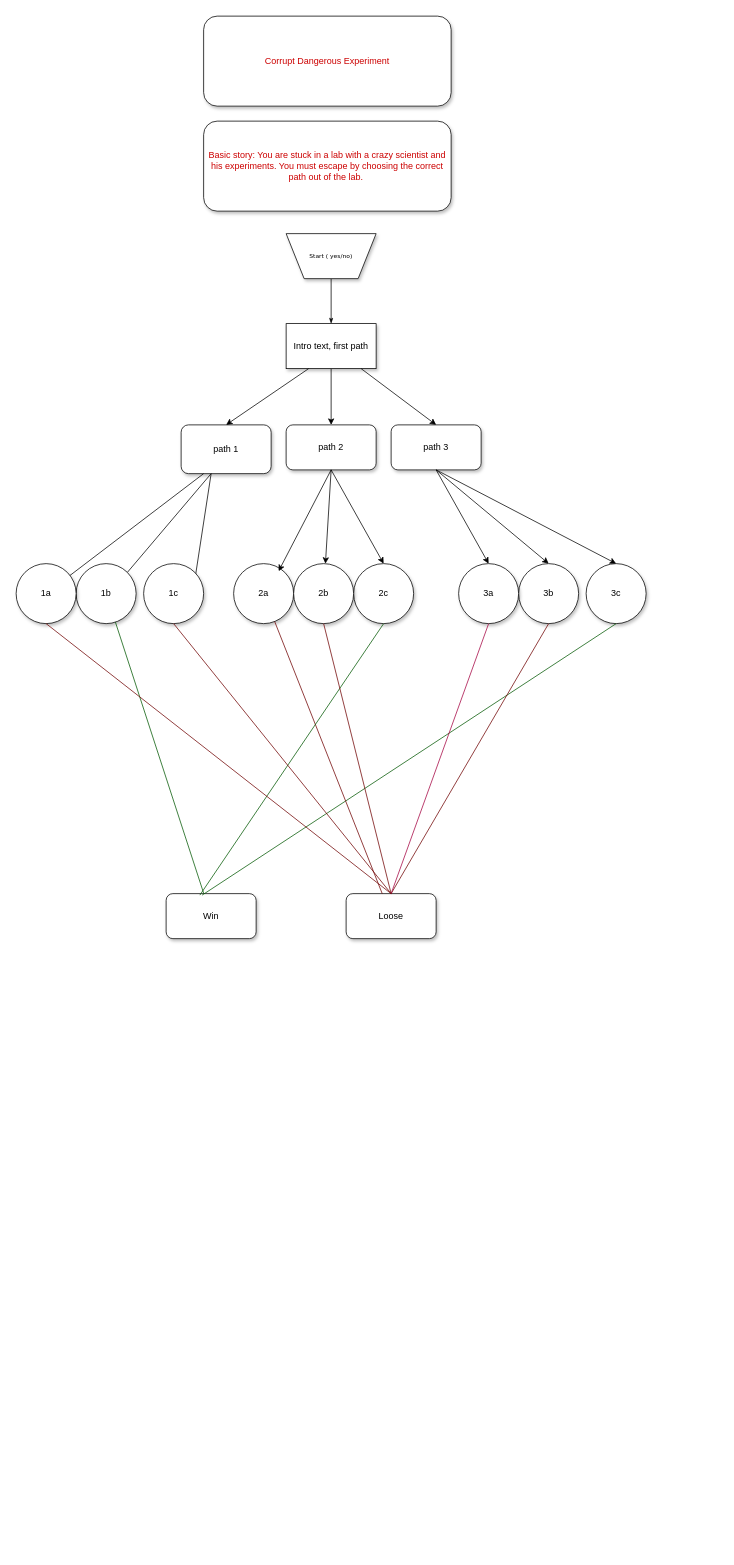
Before: TextAdventure.drawio in andromedamoon-stack/diagrams, a draw.io diagram. Source tidied: cells renumbered, new cells numbered last; positions are measured from the earlier drawing's top-left corner, leaving out a move shared by most shapes. Both pictures are drawn from the tidied source at 75%, with x=0, y=0 at pixel (16, 16).
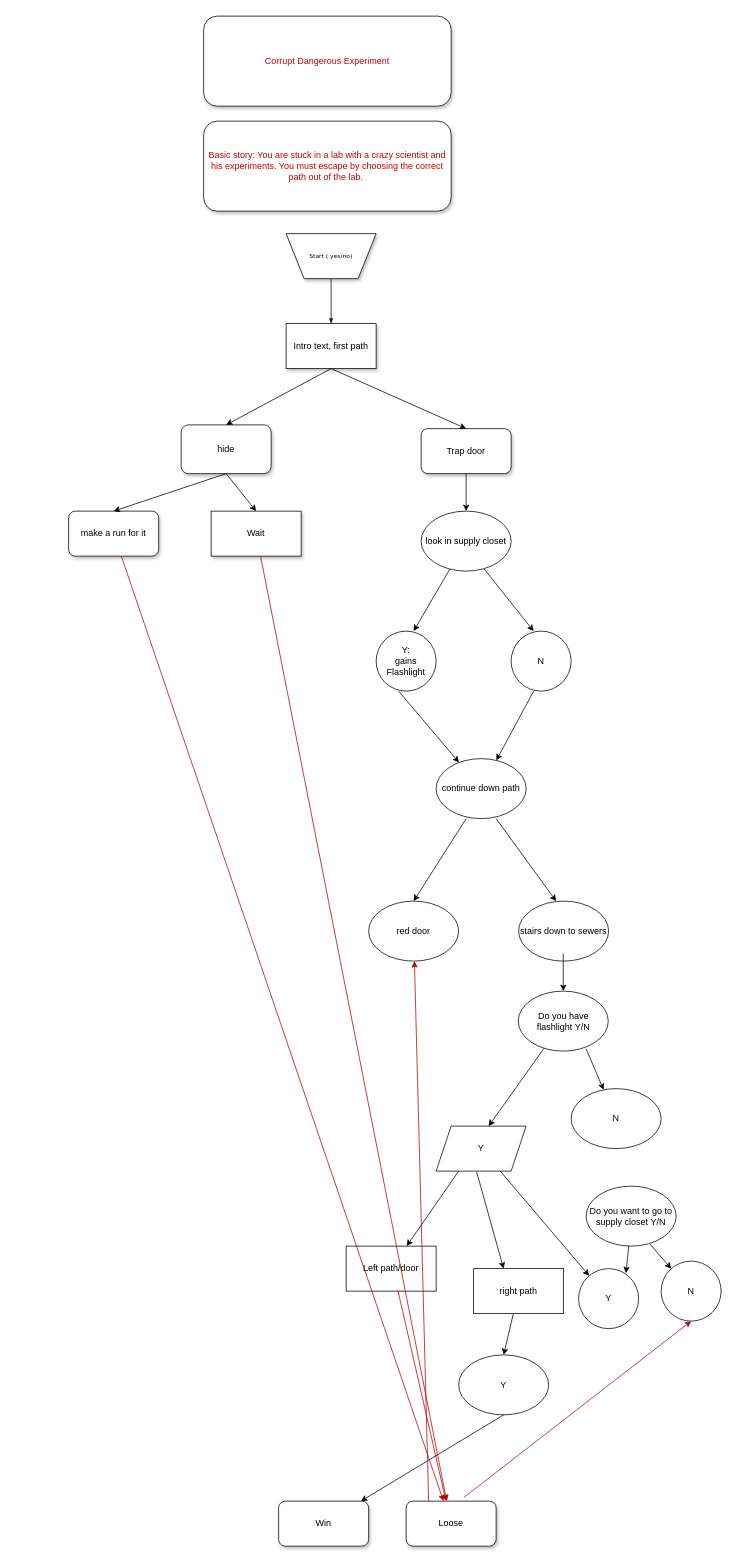
The same diagram, later.

Unchanged cells that the change refers to:
```xml
<mxCell id="5" value="Intro text, first path" style="rounded=0;whiteSpace=wrap;html=1;shadow=1;" parent="1" vertex="1">
  <mxGeometry x="360" y="410" width="120" height="60" as="geometry" />
</mxCell>
```

What changed in the source:
```diff
@@
-    <mxCell id="4" style="edgeStyle=orthogonalEdgeStyle;rounded=0;jettySize=auto;html=1;exitX=0.5;exitY=1;exitDx=0;exitDy=0;" parent="1" edge="1" source="5" target="8">
-      <mxGeometry relative="1" as="geometry" />
-    </mxCell>
@@
-    <mxCell id="6" style="endArrow=classic;html=1;rounded=0;entryX=0.5;entryY=0;entryDx=0;entryDy=0;" parent="1" edge="1" target="9">
-      <mxGeometry relative="1" as="geometry">
-        <mxPoint x="390" y="470" as="sourcePoint" />
-      </mxGeometry>
+    <mxCell id="6" style="endArrow=classic;html=1;rounded=0;entryX=0.5;entryY=0;entryDx=0;entryDy=0;exitX=0.5;exitY=1;exitDx=0;exitDy=0;" parent="1" edge="1" source="5" target="9">
+      <mxGeometry relative="1" as="geometry" />
     </mxCell>
-    <mxCell id="7" style="endArrow=classic;html=1;rounded=0;entryX=0.5;entryY=0;entryDx=0;entryDy=0;" parent="1" edge="1" target="10">
-      <mxGeometry relative="1" as="geometry">
-        <mxPoint x="460" y="470" as="sourcePoint" />
-      </mxGeometry>
-    </mxCell>
-    <mxCell id="8" value="path 2" style="rounded=1;whiteSpace=wrap;html=1;shadow=1;" parent="1" vertex="1">
-      <mxGeometry x="360" y="545" width="120" height="60" as="geometry" />
+    <mxCell id="8" value="Trap door" style="rounded=1;whiteSpace=wrap;html=1;shadow=1;" parent="1" vertex="1">
+      <mxGeometry x="540" y="550" width="120" height="60" as="geometry" />
     </mxCell>
-    <mxCell id="9" value="path 1" style="rounded=1;whiteSpace=wrap;html=1;shadow=1;" parent="1" vertex="1">
+    <mxCell id="9" value="hide" style="rounded=1;whiteSpace=wrap;html=1;shadow=1;" parent="1" vertex="1">
       <mxGeometry x="220" y="545" width="120" height="65" as="geometry" />
     </mxCell>
-    <mxCell id="10" value="path 3" style="rounded=1;whiteSpace=wrap;html=1;shadow=1;" parent="1" vertex="1">
-      <mxGeometry x="500" y="545" width="120" height="60" as="geometry" />
-    </mxCell>
-    <mxCell id="11" style="endArrow=classic;html=1;rounded=0;exitX=1;exitY=0;exitDx=0;exitDy=0;" parent="1" edge="1" source="13">
-      <mxGeometry relative="1" as="geometry">
-        <mxPoint x="237" y="760" as="targetPoint" />
-        <Array as="points">
-          <mxPoint x="260" y="610" />
-        </Array>
-      </mxGeometry>
-    </mxCell>
-    <mxCell id="12" value="1c" style="ellipse;whiteSpace=wrap;html=1;shadow=1;" parent="1" vertex="1">
-      <mxGeometry x="170" y="730" width="80" height="80" as="geometry" />
-    </mxCell>
-    <mxCell id="13" value="1b" style="ellipse;whiteSpace=wrap;html=1;shadow=1;" parent="1" vertex="1">
-      <mxGeometry x="80" y="730" width="80" height="80" as="geometry" />
-    </mxCell>
-    <mxCell id="14" value="1a" style="ellipse;whiteSpace=wrap;html=1;shadow=1;" parent="1" vertex="1">
-      <mxGeometry y="730" width="80" height="80" as="geometry" />
-    </mxCell>
-    <mxCell id="15" style="endArrow=none;html=1;rounded=0;exitX=0.25;exitY=1;exitDx=0;exitDy=0;" parent="1" edge="1" source="9" target="14">
-      <mxGeometry relative="1" as="geometry" />
-    </mxCell>
-    <mxCell id="16" value="2a" style="ellipse;whiteSpace=wrap;html=1;shadow=1;" parent="1" vertex="1">
-      <mxGeometry x="290" y="730" width="80" height="80" as="geometry" />
-    </mxCell>
-    <mxCell id="17" value="2c" style="ellipse;whiteSpace=wrap;html=1;shadow=1;" parent="1" vertex="1">
-      <mxGeometry x="450" y="730" width="80" height="80" as="geometry" />
-    </mxCell>
-    <mxCell id="18" value="2b" style="ellipse;whiteSpace=wrap;html=1;shadow=1;" parent="1" vertex="1">
-      <mxGeometry x="370" y="730" width="80" height="80" as="geometry" />
-    </mxCell>
-    <mxCell id="19" style="endArrow=classic;html=1;rounded=0;exitX=0.5;exitY=1;exitDx=0;exitDy=0;" parent="1" edge="1" source="8">
-      <mxGeometry relative="1" as="geometry">
-        <mxPoint x="350" y="740" as="targetPoint" />
-      </mxGeometry>
-    </mxCell>
-    <mxCell id="20" style="endArrow=classic;html=1;rounded=0;exitX=0.5;exitY=1;exitDx=0;exitDy=0;" parent="1" edge="1" source="8" target="18">
-      <mxGeometry relative="1" as="geometry" />
-    </mxCell>
-    <mxCell id="21" style="endArrow=classic;html=1;rounded=0;entryX=0.5;entryY=0;entryDx=0;entryDy=0;exitX=0.5;exitY=1;exitDx=0;exitDy=0;" parent="1" edge="1" source="8" target="17">
-      <mxGeometry relative="1" as="geometry" />
-    </mxCell>
-    <mxCell id="22" value="3c" style="ellipse;whiteSpace=wrap;html=1;shadow=1;" parent="1" vertex="1">
-      <mxGeometry x="760" y="730" width="80" height="80" as="geometry" />
-    </mxCell>
-    <mxCell id="23" value="3b" style="ellipse;whiteSpace=wrap;html=1;shadow=1;" parent="1" vertex="1">
-      <mxGeometry x="670" y="730" width="80" height="80" as="geometry" />
-    </mxCell>
-    <mxCell id="24" value="3a" style="ellipse;whiteSpace=wrap;html=1;shadow=1;" parent="1" vertex="1">
-      <mxGeometry x="590" y="730" width="80" height="80" as="geometry" />
-    </mxCell>
-    <mxCell id="25" style="endArrow=classic;html=1;rounded=0;entryX=0.5;entryY=0;entryDx=0;entryDy=0;exitX=0.5;exitY=1;exitDx=0;exitDy=0;" parent="1" edge="1" source="10" target="24">
-      <mxGeometry relative="1" as="geometry" />
-    </mxCell>
-    <mxCell id="26" style="endArrow=classic;html=1;rounded=0;entryX=0.5;entryY=0;entryDx=0;entryDy=0;exitX=0.5;exitY=1;exitDx=0;exitDy=0;" parent="1" edge="1" source="10" target="23">
-      <mxGeometry relative="1" as="geometry" />
-    </mxCell>
-    <mxCell id="27" style="endArrow=classic;html=1;rounded=0;entryX=0.5;entryY=0;entryDx=0;entryDy=0;exitX=0.5;exitY=1;exitDx=0;exitDy=0;" parent="1" edge="1" source="10" target="22">
-      <mxGeometry relative="1" as="geometry" />
-    </mxCell>
     <mxCell id="28" value="Loose" style="rounded=1;whiteSpace=wrap;html=1;shadow=1;" parent="1" vertex="1">
-      <mxGeometry x="440" y="1170" width="120" height="60" as="geometry" />
+      <mxGeometry x="520" y="1980" width="120" height="60" as="geometry" />
     </mxCell>
     <mxCell id="29" value="Win" style="rounded=1;whiteSpace=wrap;html=1;shadow=1;" parent="1" vertex="1">
-      <mxGeometry x="200" y="1170" width="120" height="60" as="geometry" />
+      <mxGeometry x="350" y="1980" width="120" height="60" as="geometry" />
     </mxCell>
-    <mxCell id="30" style="endArrow=none;html=1;rounded=0;entryX=0.5;entryY=1;entryDx=0;entryDy=0;fillColor=#008a00;strokeColor=#005700;exitX=0.4;exitY=0.033;exitDx=0;exitDy=0;exitPerimeter=0;" parent="1" edge="1" source="29" target="22">
-      <mxGeometry relative="1" as="geometry" />
-    </mxCell>
-    <mxCell id="31" style="endArrow=none;html=1;rounded=0;fillColor=#a20025;strokeColor=#6F0000;" parent="1" edge="1" source="28" target="16">
-      <mxGeometry relative="1" as="geometry" />
-    </mxCell>
-    <mxCell id="32" style="endArrow=none;html=1;rounded=0;fontColor=#CC0000;fillColor=#008a00;strokeColor=#005700;entryX=0.375;entryY=0.033;entryDx=0;entryDy=0;entryPerimeter=0;exitX=0.5;exitY=1;exitDx=0;exitDy=0;" parent="1" edge="1" source="17" target="29">
-      <mxGeometry relative="1" as="geometry" />
-    </mxCell>
-    <mxCell id="33" style="endArrow=none;html=1;rounded=0;exitX=0.5;exitY=0;exitDx=0;exitDy=0;fillColor=#a20025;strokeColor=#6F0000;" parent="1" edge="1" source="28">
-      <mxGeometry relative="1" as="geometry">
-        <mxPoint x="410" y="810" as="targetPoint" />
-      </mxGeometry>
-    </mxCell>
-    <mxCell id="34" style="endArrow=none;html=1;rounded=0;fontColor=#CC0000;entryX=0.5;entryY=1;entryDx=0;entryDy=0;fillColor=#a20025;strokeColor=#6F0000;" parent="1" edge="1" target="23">
-      <mxGeometry relative="1" as="geometry">
-        <mxPoint x="500" y="1170" as="sourcePoint" />
-      </mxGeometry>
-    </mxCell>
-    <mxCell id="35" style="endArrow=none;html=1;rounded=0;fontColor=#CC0000;entryX=0.5;entryY=1;entryDx=0;entryDy=0;fillColor=#d80073;strokeColor=#A50040;exitX=0.5;exitY=0;exitDx=0;exitDy=0;" parent="1" edge="1" source="28" target="24">
-      <mxGeometry relative="1" as="geometry" />
-    </mxCell>
-    <mxCell id="36" style="endArrow=none;html=1;rounded=0;fontColor=#CC0000;entryX=0.5;entryY=1;entryDx=0;entryDy=0;fillColor=#a20025;strokeColor=#6F0000;exitX=0.5;exitY=0;exitDx=0;exitDy=0;" parent="1" edge="1" source="28" target="12">
-      <mxGeometry relative="1" as="geometry" />
-    </mxCell>
-    <mxCell id="37" style="endArrow=none;html=1;rounded=0;fontColor=#CC0000;fillColor=#008a00;strokeColor=#005700;" parent="1" edge="1" source="29" target="13">
-      <mxGeometry relative="1" as="geometry" />
-    </mxCell>
-    <mxCell id="38" style="endArrow=none;html=1;rounded=0;fontColor=#CC0000;fillColor=#a20025;strokeColor=#6F0000;exitX=0.5;exitY=0;exitDx=0;exitDy=0;entryX=0.5;entryY=1;entryDx=0;entryDy=0;" parent="1" edge="1" source="28" target="14">
-      <mxGeometry relative="1" as="geometry" />
-    </mxCell>
@@
+    <mxCell id="4" style="endArrow=classic;html=1;rounded=0;entryX=0.5;entryY=0;entryDx=0;entryDy=0;exitX=0.5;exitY=1;exitDx=0;exitDy=0;" parent="1" edge="1" source="5" target="8">
+      <mxGeometry relative="1" as="geometry" />
+    </mxCell>
+    <mxCell id="41" value="look in supply closet" style="ellipse;whiteSpace=wrap;html=1;" parent="1" vertex="1">
+      <mxGeometry x="540" y="660" width="120" height="80" as="geometry" />
+    </mxCell>
+    <mxCell id="42" style="endArrow=classic;html=1;rounded=0;" parent="1" edge="1" source="41">
+      <mxGeometry relative="1" as="geometry">
+        <mxPoint x="530" y="820" as="targetPoint" />
+      </mxGeometry>
+    </mxCell>
+    <mxCell id="43" style="endArrow=classic;html=1;rounded=0;exitX=0.7;exitY=0.963;exitDx=0;exitDy=0;exitPerimeter=0;" parent="1" edge="1" source="41">
+      <mxGeometry relative="1" as="geometry">
+        <mxPoint x="690" y="820" as="targetPoint" />
+      </mxGeometry>
+    </mxCell>
+    <mxCell id="44" value="N" style="ellipse;whiteSpace=wrap;html=1;" parent="1" vertex="1">
+      <mxGeometry x="660" y="820" width="80" height="80" as="geometry" />
+    </mxCell>
+    <mxCell id="45" value="Y:&lt;br&gt;gains Flashlight" style="ellipse;whiteSpace=wrap;html=1;" parent="1" vertex="1">
+      <mxGeometry x="480" y="820" width="80" height="80" as="geometry" />
+    </mxCell>
+    <mxCell id="46" style="endArrow=classic;html=1;rounded=0;" parent="1" edge="1" target="48">
+      <mxGeometry relative="1" as="geometry">
+        <mxPoint x="690" y="900" as="sourcePoint" />
+      </mxGeometry>
+    </mxCell>
+    <mxCell id="47" style="endArrow=classic;html=1;rounded=0;" parent="1" edge="1" target="48">
+      <mxGeometry relative="1" as="geometry">
+        <mxPoint x="510" y="900" as="sourcePoint" />
+      </mxGeometry>
+    </mxCell>
+    <mxCell id="48" value="continue down path" style="ellipse;whiteSpace=wrap;html=1;" parent="1" vertex="1">
+      <mxGeometry x="560" y="990" width="120" height="80" as="geometry" />
+    </mxCell>
+    <mxCell id="49" style="endArrow=classic;html=1;rounded=0;" parent="1" edge="1">
+      <mxGeometry relative="1" as="geometry">
+        <mxPoint x="600" y="1070" as="sourcePoint" />
+        <mxPoint x="530" y="1180" as="targetPoint" />
+      </mxGeometry>
+    </mxCell>
+    <mxCell id="50" style="endArrow=classic;html=1;rounded=0;" parent="1" edge="1">
+      <mxGeometry relative="1" as="geometry">
+        <mxPoint x="640" y="1070" as="sourcePoint" />
+        <mxPoint x="720" y="1180" as="targetPoint" />
+      </mxGeometry>
+    </mxCell>
+    <mxCell id="51" value="red door" style="ellipse;whiteSpace=wrap;html=1;" parent="1" vertex="1">
+      <mxGeometry x="470" y="1180" width="120" height="80" as="geometry" />
+    </mxCell>
+    <mxCell id="52" value="stairs down to sewers" style="ellipse;whiteSpace=wrap;html=1;" parent="1" vertex="1">
+      <mxGeometry x="670" y="1180" width="120" height="80" as="geometry" />
+    </mxCell>
+    <mxCell id="53" style="endArrow=classic;html=1;rounded=0;" parent="1" edge="1" target="54">
+      <mxGeometry relative="1" as="geometry">
+        <mxPoint x="729.5" y="1250" as="sourcePoint" />
+        <Array as="points">
+          <mxPoint x="729.5" y="1300" />
+        </Array>
+      </mxGeometry>
+    </mxCell>
+    <mxCell id="54" value="Do you have flashlight Y/N" style="ellipse;whiteSpace=wrap;html=1;" parent="1" vertex="1">
+      <mxGeometry x="669.5" y="1300" width="120" height="80" as="geometry" />
+    </mxCell>
+    <mxCell id="55" style="endArrow=classic;html=1;rounded=0;" parent="1" edge="1" source="54">
+      <mxGeometry relative="1" as="geometry">
+        <mxPoint x="630" y="1480" as="targetPoint" />
+      </mxGeometry>
+    </mxCell>
+    <mxCell id="56" style="endArrow=classic;html=1;rounded=0;exitX=0.754;exitY=0.963;exitDx=0;exitDy=0;exitPerimeter=0;" parent="1" edge="1" source="54" target="57">
+      <mxGeometry relative="1" as="geometry" />
+    </mxCell>
+    <mxCell id="57" value="N" style="ellipse;whiteSpace=wrap;html=1;" parent="1" vertex="1">
+      <mxGeometry x="740" y="1430" width="120" height="80" as="geometry" />
+    </mxCell>
+    <mxCell id="58" value="Y" style="shape=parallelogram;perimeter=parallelogramPerimeter;whiteSpace=wrap;html=1;fixedSize=1;" parent="1" vertex="1">
+      <mxGeometry x="560" y="1480" width="120" height="60" as="geometry" />
+    </mxCell>
+    <mxCell id="59" style="endArrow=classic;html=1;rounded=0;exitX=0.45;exitY=1.017;exitDx=0;exitDy=0;exitPerimeter=0;" parent="1" edge="1" source="58">
+      <mxGeometry relative="1" as="geometry">
+        <mxPoint x="650" y="1670" as="targetPoint" />
+      </mxGeometry>
+    </mxCell>
+    <mxCell id="60" style="endArrow=classic;html=1;rounded=0;exitX=0.25;exitY=1;exitDx=0;exitDy=0;" parent="1" edge="1" source="58" target="61">
+      <mxGeometry relative="1" as="geometry" />
+    </mxCell>
+    <mxCell id="61" value="Left path/door" style="rounded=0;whiteSpace=wrap;html=1;" parent="1" vertex="1">
+      <mxGeometry x="440" y="1640" width="120" height="60" as="geometry" />
+    </mxCell>
+    <mxCell id="62" value="right path" style="rounded=0;whiteSpace=wrap;html=1;" parent="1" vertex="1">
+      <mxGeometry x="610" y="1670" width="120" height="60" as="geometry" />
+    </mxCell>
+    <mxCell id="63" style="endArrow=classic;html=1;rounded=0;exitX=0.575;exitY=0.983;exitDx=0;exitDy=0;exitPerimeter=0;fillColor=#e51400;strokeColor=#B20000;" parent="1" edge="1" source="61" target="28">
+      <mxGeometry relative="1" as="geometry" />
+    </mxCell>
+    <mxCell id="64" value="Y" style="ellipse;whiteSpace=wrap;html=1;" parent="1" vertex="1">
+      <mxGeometry x="590" y="1785" width="120" height="80" as="geometry" />
+    </mxCell>
+    <mxCell id="65" style="endArrow=classic;html=1;rounded=0;entryX=0.5;entryY=0;entryDx=0;entryDy=0;" parent="1" edge="1" source="62" target="64">
+      <mxGeometry relative="1" as="geometry" />
+    </mxCell>
+    <mxCell id="66" style="endArrow=classic;html=1;rounded=0;exitX=0.5;exitY=1;exitDx=0;exitDy=0;" parent="1" edge="1" source="64" target="29">
+      <mxGeometry relative="1" as="geometry" />
+    </mxCell>
+    <mxCell id="67" style="endArrow=classic;html=1;rounded=0;exitX=0.25;exitY=0;exitDx=0;exitDy=0;fillColor=#e51400;strokeColor=#B20000;" parent="1" edge="1" source="28" target="51">
+      <mxGeometry relative="1" as="geometry" />
+    </mxCell>
+    <mxCell id="68" value="Do you want to go to supply closet Y/N" style="ellipse;whiteSpace=wrap;html=1;" parent="1" vertex="1">
+      <mxGeometry x="760" y="1560" width="120" height="80" as="geometry" />
+    </mxCell>
+    <mxCell id="69" value="Y" style="ellipse;whiteSpace=wrap;html=1;" parent="1" vertex="1">
+      <mxGeometry x="750" y="1670" width="80" height="80" as="geometry" />
+    </mxCell>
+    <mxCell id="70" style="endArrow=classic;html=1;rounded=0;entryX=0.788;entryY=0.075;entryDx=0;entryDy=0;entryPerimeter=0;" parent="1" edge="1" source="68" target="69">
+      <mxGeometry relative="1" as="geometry" />
+    </mxCell>
+    <mxCell id="71" value="N" style="ellipse;whiteSpace=wrap;html=1;" parent="1" vertex="1">
+      <mxGeometry x="860" y="1660" width="80" height="80" as="geometry" />
+    </mxCell>
+    <mxCell id="72" style="endArrow=classic;html=1;rounded=0;" parent="1" edge="1" source="58" target="69">
+      <mxGeometry relative="1" as="geometry" />
+    </mxCell>
+    <mxCell id="73" style="endArrow=classic;html=1;rounded=0;exitX=0.708;exitY=0.963;exitDx=0;exitDy=0;exitPerimeter=0;" parent="1" edge="1" source="68" target="71">
+      <mxGeometry relative="1" as="geometry" />
+    </mxCell>
+    <mxCell id="74" style="endArrow=classic;html=1;rounded=0;entryX=0.5;entryY=1;entryDx=0;entryDy=0;exitX=0.642;exitY=-0.083;exitDx=0;exitDy=0;exitPerimeter=0;fillColor=#d80073;strokeColor=#A50040;" parent="1" edge="1" source="28" target="71">
+      <mxGeometry relative="1" as="geometry" />
+    </mxCell>
+    <mxCell id="75" style="endArrow=classic;html=1;rounded=0;entryX=0.5;entryY=0;entryDx=0;entryDy=0;" parent="1" edge="1" source="8" target="41">
+      <mxGeometry relative="1" as="geometry" />
+    </mxCell>
+    <mxCell id="76" value="Wait" style="rounded=0;whiteSpace=wrap;html=1;shadow=1;" parent="1" vertex="1">
+      <mxGeometry x="260" y="660" width="120" height="60" as="geometry" />
+    </mxCell>
+    <mxCell id="77" value="make a run for it" style="rounded=1;whiteSpace=wrap;html=1;shadow=1;" parent="1" vertex="1">
+      <mxGeometry x="70" y="660" width="120" height="60" as="geometry" />
+    </mxCell>
+    <mxCell id="78" style="endArrow=classic;html=1;rounded=0;entryX=0.5;entryY=0;entryDx=0;entryDy=0;exitX=0.5;exitY=1;exitDx=0;exitDy=0;" parent="1" edge="1" source="9" target="76">
+      <mxGeometry relative="1" as="geometry" />
+    </mxCell>
+    <mxCell id="79" style="endArrow=classic;html=1;rounded=0;entryX=0.5;entryY=0;entryDx=0;entryDy=0;exitX=0.5;exitY=1;exitDx=0;exitDy=0;" parent="1" edge="1" source="9" target="77">
+      <mxGeometry relative="1" as="geometry" />
+    </mxCell>
+    <mxCell id="80" style="endArrow=classic;html=1;rounded=0;fillColor=#e51400;strokeColor=#B20000;" parent="1" edge="1" source="77" target="28">
+      <mxGeometry relative="1" as="geometry" />
+    </mxCell>
+    <mxCell id="81" style="endArrow=classic;html=1;rounded=0;fillColor=#e51400;strokeColor=#B20000;" parent="1" edge="1" source="76" target="28">
+      <mxGeometry relative="1" as="geometry" />
+    </mxCell>
```
